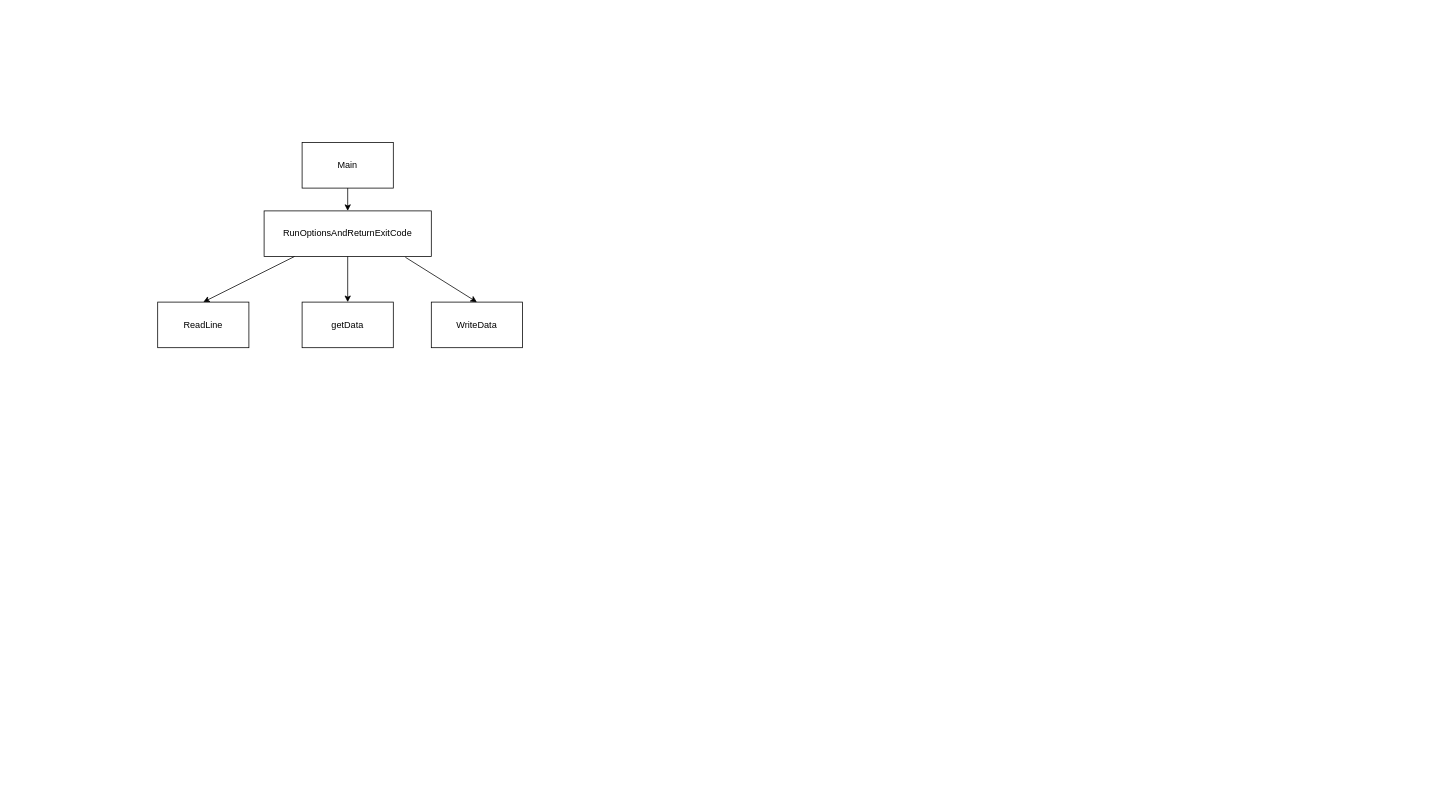
Eacie/draw keeps this draw.io diagram as 流程图.drawio. Above is the earlier version. Source tidied: cells renumbered, new cells numbered last; positions are measured from the earlier drawing's top-left corner, leaving out a move shared by most shapes. Both pictures are drawn from the tidied source at 76%, with x=0, y=0 at pixel (157, 142).
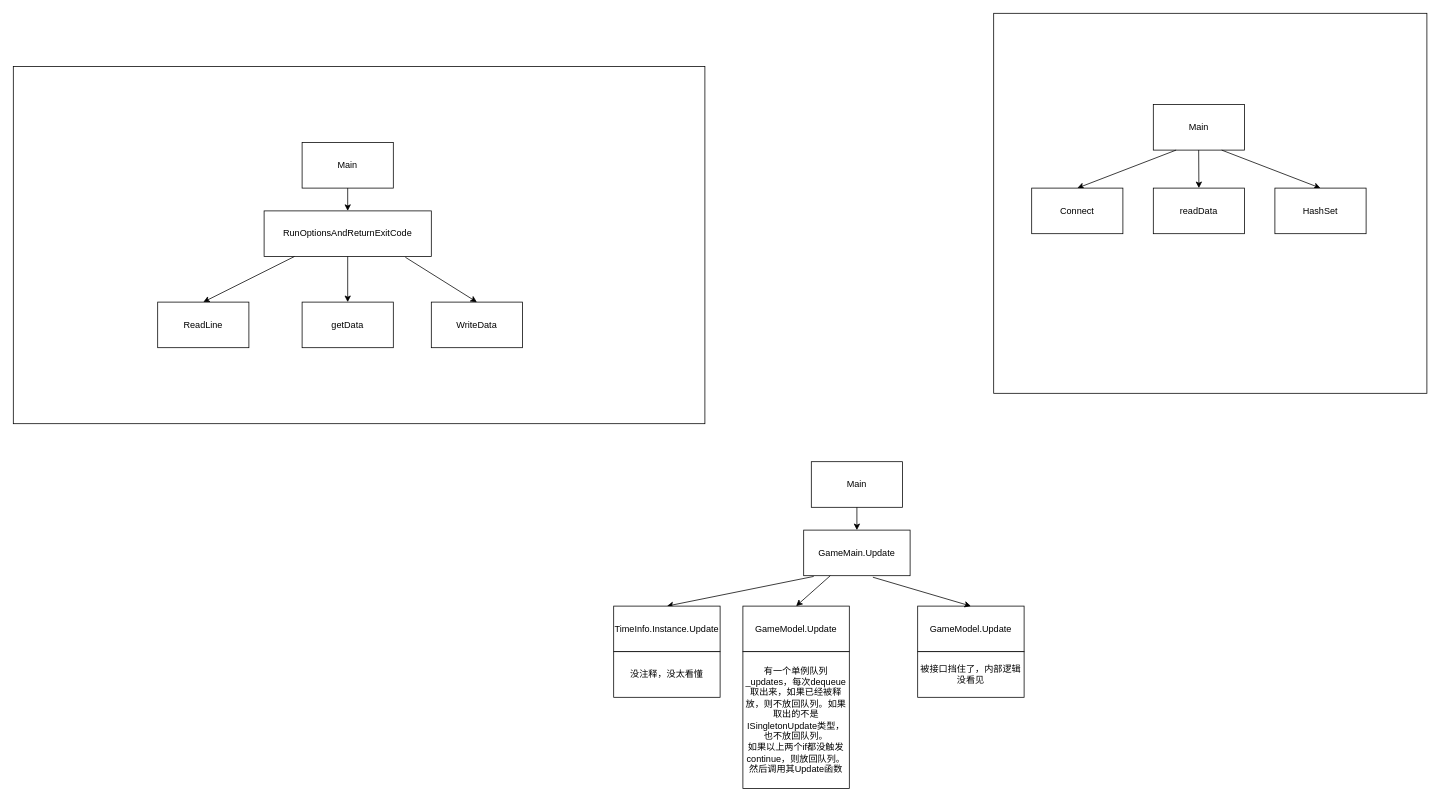
The same page after the edit.

Commit message:
更新流程图.drawio

What changed in the source:
```diff
@@
+    <mxCell id="11" style="rounded=0;whiteSpace=wrap;html=1;" parent="1" vertex="1">
+      <mxGeometry x="1100" y="-170" width="570" height="500" as="geometry" />
+    </mxCell>
+    <mxCell id="12" style="rounded=0;whiteSpace=wrap;html=1;" parent="1" vertex="1">
+      <mxGeometry x="-190" y="-100" width="910" height="470" as="geometry" />
+    </mxCell>
@@
+    <mxCell id="13" value="Main" style="rounded=0;whiteSpace=wrap;html=1;" parent="1" vertex="1">
+      <mxGeometry x="1310" y="-50" width="120" height="60" as="geometry" />
+    </mxCell>
+    <mxCell id="14" style="endArrow=classic;html=1;rounded=0;exitX=0.25;exitY=1;exitDx=0;exitDy=0;entryX=0.5;entryY=0;entryDx=0;entryDy=0;" parent="1" edge="1" source="13" target="15">
+      <mxGeometry relative="1" as="geometry" />
+    </mxCell>
+    <mxCell id="15" value="Connect" style="rounded=0;whiteSpace=wrap;html=1;" parent="1" vertex="1">
+      <mxGeometry x="1150" y="60" width="120" height="60" as="geometry" />
+    </mxCell>
+    <mxCell id="16" style="endArrow=classic;html=1;rounded=0;exitX=0.5;exitY=1;exitDx=0;exitDy=0;entryX=0.5;entryY=0;entryDx=0;entryDy=0;" parent="1" edge="1" target="17">
+      <mxGeometry relative="1" as="geometry">
+        <mxPoint x="1369.7" y="10" as="sourcePoint" />
+      </mxGeometry>
+    </mxCell>
+    <mxCell id="17" value="readData" style="rounded=0;whiteSpace=wrap;html=1;" parent="1" vertex="1">
+      <mxGeometry x="1310" y="60" width="120" height="60" as="geometry" />
+    </mxCell>
+    <mxCell id="18" style="endArrow=classic;html=1;rounded=0;exitX=0.75;exitY=1;exitDx=0;exitDy=0;entryX=0.5;entryY=0;entryDx=0;entryDy=0;" parent="1" edge="1" source="13" target="19">
+      <mxGeometry relative="1" as="geometry" />
+    </mxCell>
+    <mxCell id="19" value="HashSet" style="rounded=0;whiteSpace=wrap;html=1;" parent="1" vertex="1">
+      <mxGeometry x="1470" y="60" width="120" height="60" as="geometry" />
+    </mxCell>
+    <mxCell id="20" value="Main" style="rounded=0;whiteSpace=wrap;html=1;" parent="1" vertex="1">
+      <mxGeometry x="860" y="420" width="120" height="60" as="geometry" />
+    </mxCell>
+    <mxCell id="21" style="endArrow=classic;html=1;rounded=0;exitX=0.5;exitY=1;exitDx=0;exitDy=0;" parent="1" edge="1" source="20">
+      <mxGeometry relative="1" as="geometry">
+        <mxPoint x="920" y="510" as="targetPoint" />
+      </mxGeometry>
+    </mxCell>
+    <mxCell id="22" value="GameMain.Update" style="rounded=0;whiteSpace=wrap;html=1;" parent="1" vertex="1">
+      <mxGeometry x="850" y="510" width="140" height="60" as="geometry" />
+    </mxCell>
+    <mxCell id="23" style="endArrow=classic;html=1;rounded=0;exitX=0.094;exitY=1.016;exitDx=0;exitDy=0;entryX=0.5;entryY=0;entryDx=0;entryDy=0;exitPerimeter=0;" parent="1" edge="1" source="22" target="24">
+      <mxGeometry relative="1" as="geometry" />
+    </mxCell>
+    <mxCell id="24" value="TimeInfo.Instance.Update" style="rounded=0;whiteSpace=wrap;html=1;" parent="1" vertex="1">
+      <mxGeometry x="600" y="610" width="140" height="60" as="geometry" />
+    </mxCell>
+    <mxCell id="25" value="没注释，没太看懂" style="rounded=0;whiteSpace=wrap;html=1;" parent="1" vertex="1">
+      <mxGeometry x="600" y="670" width="140" height="60" as="geometry" />
+    </mxCell>
+    <mxCell id="26" value="GameModel.Update" style="rounded=0;whiteSpace=wrap;html=1;" parent="1" vertex="1">
+      <mxGeometry x="770" y="610" width="140" height="60" as="geometry" />
+    </mxCell>
+    <mxCell id="27" style="endArrow=classic;html=1;rounded=0;exitX=0.25;exitY=1;exitDx=0;exitDy=0;entryX=0.5;entryY=0;entryDx=0;entryDy=0;" parent="1" edge="1" source="22" target="26">
+      <mxGeometry relative="1" as="geometry" />
+    </mxCell>
+    <mxCell id="28" value="有一个单例队列_updates，每次dequeue取出来，如果已经被释放，则不放回队列。如果取出的不是ISingletonUpdate类型，也不放回队列。&lt;br&gt;如果以上两个if都没触发continue，则放回队列。然后调用其Update函数" style="rounded=0;whiteSpace=wrap;html=1;" parent="1" vertex="1">
+      <mxGeometry x="770" y="670" width="140" height="180" as="geometry" />
+    </mxCell>
+    <mxCell id="29" value="GameModel.Update" style="rounded=0;whiteSpace=wrap;html=1;" parent="1" vertex="1">
+      <mxGeometry x="1000" y="610" width="140" height="60" as="geometry" />
+    </mxCell>
+    <mxCell id="30" style="endArrow=classic;html=1;rounded=0;exitX=0.65;exitY=1.033;exitDx=0;exitDy=0;exitPerimeter=0;entryX=0.5;entryY=0;entryDx=0;entryDy=0;" parent="1" edge="1" source="22" target="29">
+      <mxGeometry relative="1" as="geometry" />
+    </mxCell>
+    <mxCell id="31" value="被接口挡住了，内部逻辑没看见" style="rounded=0;whiteSpace=wrap;html=1;" parent="1" vertex="1">
+      <mxGeometry x="1000" y="670" width="140" height="60" as="geometry" />
+    </mxCell>
```
